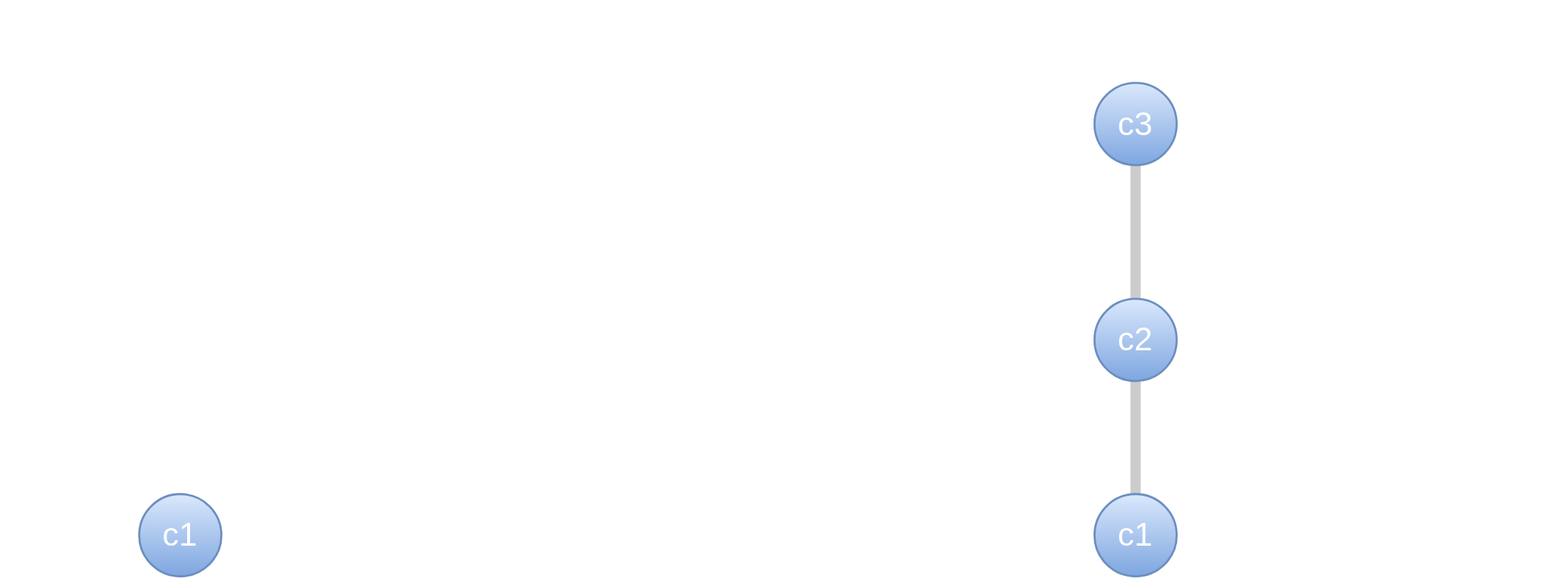
This is public/local-vs-remote-pull.svg from BMW-lab-MSU/git-tutorial, a draw.io export, as it was before one commit. Source tidied: cells renumbered, new cells last; positions are measured from the earlier drawing's top-left corner, leaving out a move shared by most shapes. The source it was exported from:
```xml
<mxGraphModel background="#1A1A1A">
  <root>
    <mxCell id="0" />
    <mxCell id="1" parent="0" />
    <mxCell id="2" style="edgeStyle=orthogonalEdgeStyle;rounded=1;jettySize=auto;html=1;exitX=0.5;exitY=0;exitDx=0;exitDy=0;entryX=0.5;entryY=1;entryDx=0;entryDy=0;fontSize=32;strokeWidth=10;strokeColor=#CCCCCC;endArrow=none;endFill=0;" parent="1" edge="1" target="5">
      <mxGeometry relative="1" as="geometry">
        <mxPoint x="1105" y="490" as="sourcePoint" />
      </mxGeometry>
    </mxCell>
    <mxCell id="3" value="c1" style="ellipse;whiteSpace=wrap;html=1;fillColor=#dae8fc;strokeColor=#6c8ebf;strokeWidth=2;fontSize=32;fontColor=#FFFFFF;gradientColor=#7ea6e0;" parent="1" vertex="1">
      <mxGeometry x="135" y="480" width="80" height="80" as="geometry" />
    </mxCell>
    <mxCell id="4" style="edgeStyle=orthogonalEdgeStyle;rounded=1;jettySize=auto;html=1;exitX=0.5;exitY=0;exitDx=0;exitDy=0;fontSize=32;strokeColor=#CCCCCC;strokeWidth=10;endArrow=none;endFill=0;" parent="1" edge="1" source="5" target="8">
      <mxGeometry relative="1" as="geometry" />
    </mxCell>
    <mxCell id="5" value="c2" style="ellipse;whiteSpace=wrap;html=1;fillColor=#dae8fc;strokeColor=#6c8ebf;strokeWidth=2;fontSize=32;fontColor=#FFFFFF;gradientColor=#7ea6e0;" parent="1" vertex="1">
      <mxGeometry x="1065" y="290" width="80" height="80" as="geometry" />
    </mxCell>
    <mxCell id="6" value="initial commit" style="text;html=1;align=left;verticalAlign=middle;strokeColor=none;fillColor=none;fontSize=32;fontColor=#FFFFFF;" parent="1" vertex="1">
      <mxGeometry x="255" y="500" width="200" height="40" as="geometry" />
    </mxCell>
    <mxCell id="7" value="added fizbuzz function" style="text;html=1;align=left;verticalAlign=middle;strokeColor=none;fillColor=none;fontSize=32;fontColor=#FFFFFF;" parent="1" vertex="1">
      <mxGeometry x="1175" y="310" width="330" height="40" as="geometry" />
    </mxCell>
    <mxCell id="8" value="c3" style="ellipse;whiteSpace=wrap;html=1;fillColor=#dae8fc;strokeColor=#6c8ebf;strokeWidth=2;fontSize=32;gradientColor=#7ea6e0;fontColor=#FFFFFF;" parent="1" vertex="1">
      <mxGeometry x="1065" y="80" width="80" height="80" as="geometry" />
    </mxCell>
    <mxCell id="9" value="fixed bug in fizzbuzz" style="text;html=1;align=left;verticalAlign=middle;strokeColor=none;fillColor=none;fontSize=32;fontColor=#FFFFFF;" parent="1" vertex="1">
      <mxGeometry x="1175" y="100" width="300" height="40" as="geometry" />
    </mxCell>
    <mxCell id="10" value="Local repository / history" style="text;html=1;align=center;verticalAlign=middle;strokeColor=none;fillColor=none;fontColor=#FFFFFF;fontSize=36;" parent="1" vertex="1">
      <mxGeometry width="410" height="50" as="geometry" />
    </mxCell>
    <mxCell id="11" value="c1" style="ellipse;whiteSpace=wrap;html=1;fillColor=#dae8fc;strokeColor=#6c8ebf;strokeWidth=2;fontSize=32;fontColor=#FFFFFF;gradientColor=#7ea6e0;" parent="1" vertex="1">
      <mxGeometry x="1065" y="480" width="80" height="80" as="geometry" />
    </mxCell>
    <mxCell id="12" value="initial commit" style="text;html=1;align=left;verticalAlign=middle;strokeColor=none;fillColor=none;fontSize=32;fontColor=#FFFFFF;" parent="1" vertex="1">
      <mxGeometry x="1185" y="500" width="200" height="40" as="geometry" />
    </mxCell>
    <mxCell id="13" value="Remote repository / history" style="text;html=1;align=center;verticalAlign=middle;strokeColor=none;fillColor=none;fontColor=#FFFFFF;fontSize=36;" parent="1" vertex="1">
      <mxGeometry x="910" width="450" height="50" as="geometry" />
    </mxCell>
  </root>
</mxGraphModel>
```
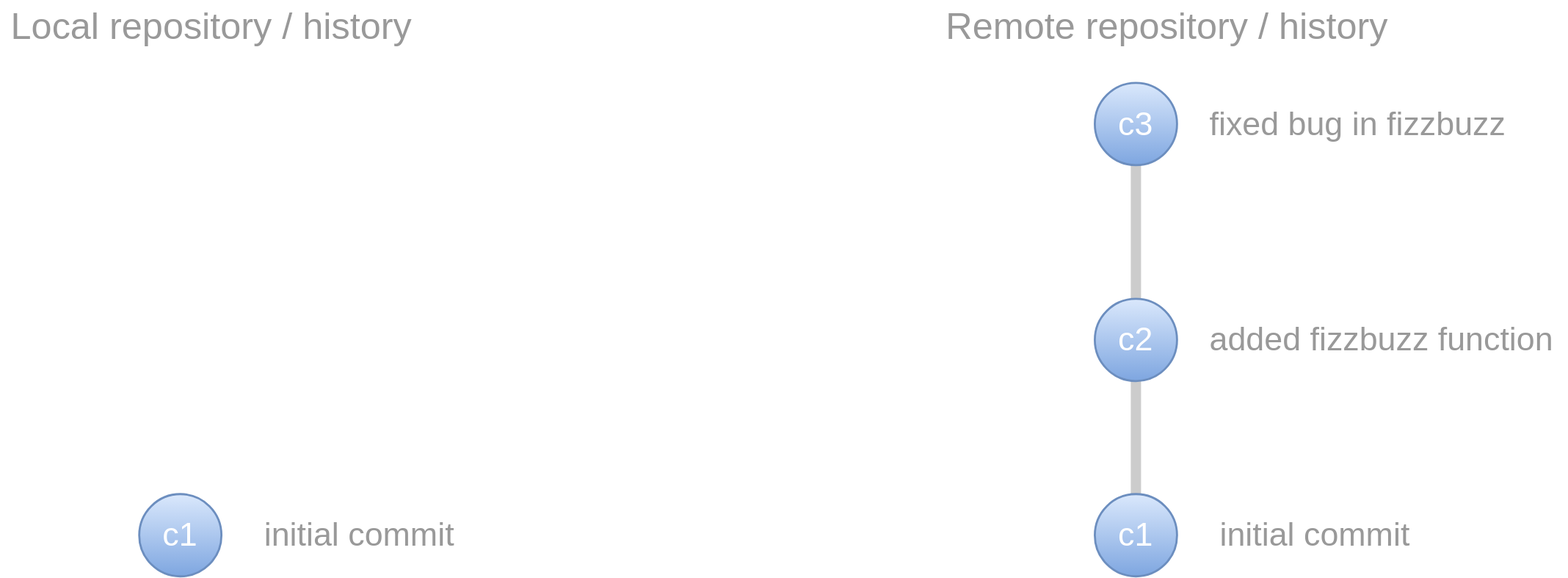
The same file after the commit.

Diff of the diagram source:
```diff
@@ -16,28 +16,28 @@
     <mxCell id="5" value="c2" style="ellipse;whiteSpace=wrap;html=1;fillColor=#dae8fc;strokeColor=#6c8ebf;strokeWidth=2;fontSize=32;fontColor=#FFFFFF;gradientColor=#7ea6e0;" parent="1" vertex="1">
       <mxGeometry x="1065" y="290" width="80" height="80" as="geometry" />
     </mxCell>
-    <mxCell id="6" value="initial commit" style="text;html=1;align=left;verticalAlign=middle;strokeColor=none;fillColor=none;fontSize=32;fontColor=#FFFFFF;" parent="1" vertex="1">
+    <mxCell id="6" value="initial commit" style="text;html=1;align=left;verticalAlign=middle;strokeColor=none;fillColor=none;fontSize=32;fontColor=#999999;" parent="1" vertex="1">
       <mxGeometry x="255" y="500" width="200" height="40" as="geometry" />
     </mxCell>
-    <mxCell id="7" value="added fizbuzz function" style="text;html=1;align=left;verticalAlign=middle;strokeColor=none;fillColor=none;fontSize=32;fontColor=#FFFFFF;" parent="1" vertex="1">
-      <mxGeometry x="1175" y="310" width="330" height="40" as="geometry" />
+    <mxCell id="7" value="added fizzbuzz function" style="text;html=1;align=left;verticalAlign=middle;strokeColor=none;fillColor=none;fontSize=32;fontColor=#999999;" parent="1" vertex="1">
+      <mxGeometry x="1175" y="310" width="350" height="40" as="geometry" />
     </mxCell>
     <mxCell id="8" value="c3" style="ellipse;whiteSpace=wrap;html=1;fillColor=#dae8fc;strokeColor=#6c8ebf;strokeWidth=2;fontSize=32;gradientColor=#7ea6e0;fontColor=#FFFFFF;" parent="1" vertex="1">
       <mxGeometry x="1065" y="80" width="80" height="80" as="geometry" />
     </mxCell>
-    <mxCell id="9" value="fixed bug in fizzbuzz" style="text;html=1;align=left;verticalAlign=middle;strokeColor=none;fillColor=none;fontSize=32;fontColor=#FFFFFF;" parent="1" vertex="1">
+    <mxCell id="9" value="fixed bug in fizzbuzz" style="text;html=1;align=left;verticalAlign=middle;strokeColor=none;fillColor=none;fontSize=32;fontColor=#999999;" parent="1" vertex="1">
       <mxGeometry x="1175" y="100" width="300" height="40" as="geometry" />
     </mxCell>
-    <mxCell id="10" value="Local repository / history" style="text;html=1;align=center;verticalAlign=middle;strokeColor=none;fillColor=none;fontColor=#FFFFFF;fontSize=36;" parent="1" vertex="1">
+    <mxCell id="10" value="Local repository / history" style="text;html=1;align=center;verticalAlign=middle;strokeColor=none;fillColor=none;fontColor=#999999;fontSize=36;" parent="1" vertex="1">
       <mxGeometry width="410" height="50" as="geometry" />
     </mxCell>
     <mxCell id="11" value="c1" style="ellipse;whiteSpace=wrap;html=1;fillColor=#dae8fc;strokeColor=#6c8ebf;strokeWidth=2;fontSize=32;fontColor=#FFFFFF;gradientColor=#7ea6e0;" parent="1" vertex="1">
       <mxGeometry x="1065" y="480" width="80" height="80" as="geometry" />
     </mxCell>
-    <mxCell id="12" value="initial commit" style="text;html=1;align=left;verticalAlign=middle;strokeColor=none;fillColor=none;fontSize=32;fontColor=#FFFFFF;" parent="1" vertex="1">
+    <mxCell id="12" value="initial commit" style="text;html=1;align=left;verticalAlign=middle;strokeColor=none;fillColor=none;fontSize=32;fontColor=#999999;" parent="1" vertex="1">
       <mxGeometry x="1185" y="500" width="200" height="40" as="geometry" />
     </mxCell>
-    <mxCell id="13" value="Remote repository / history" style="text;html=1;align=center;verticalAlign=middle;strokeColor=none;fillColor=none;fontColor=#FFFFFF;fontSize=36;" parent="1" vertex="1">
+    <mxCell id="13" value="Remote repository / history" style="text;html=1;align=center;verticalAlign=middle;strokeColor=none;fillColor=none;fontColor=#999999;fontSize=36;" parent="1" vertex="1">
       <mxGeometry x="910" width="450" height="50" as="geometry" />
     </mxCell>
   </root>
```
